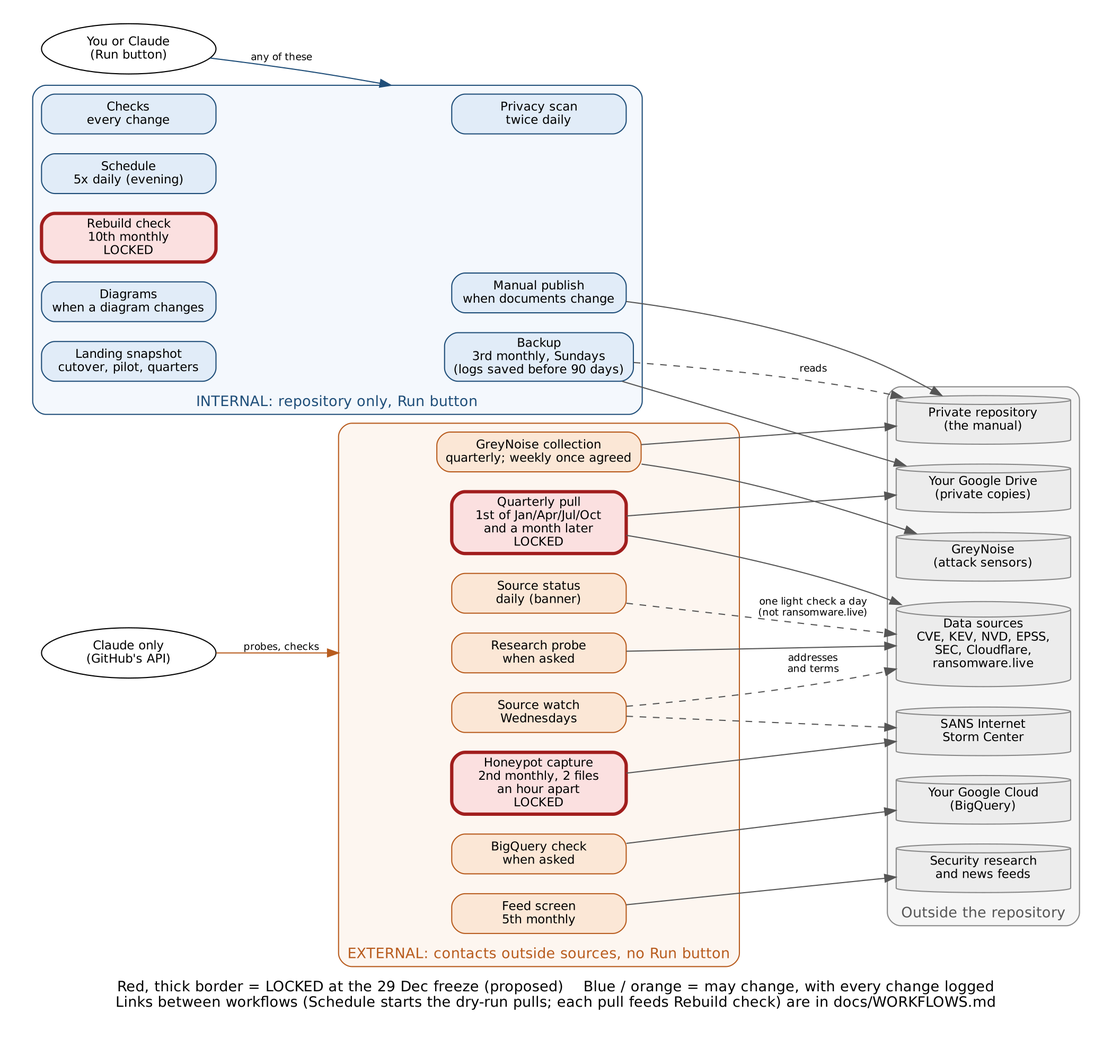
Earlier version of the Graphviz export docs/diagrams/workflow_runs.png (pagagne/internet-security-snapshot). Its source is kept beside it as docs/diagrams/workflow_runs.dot.
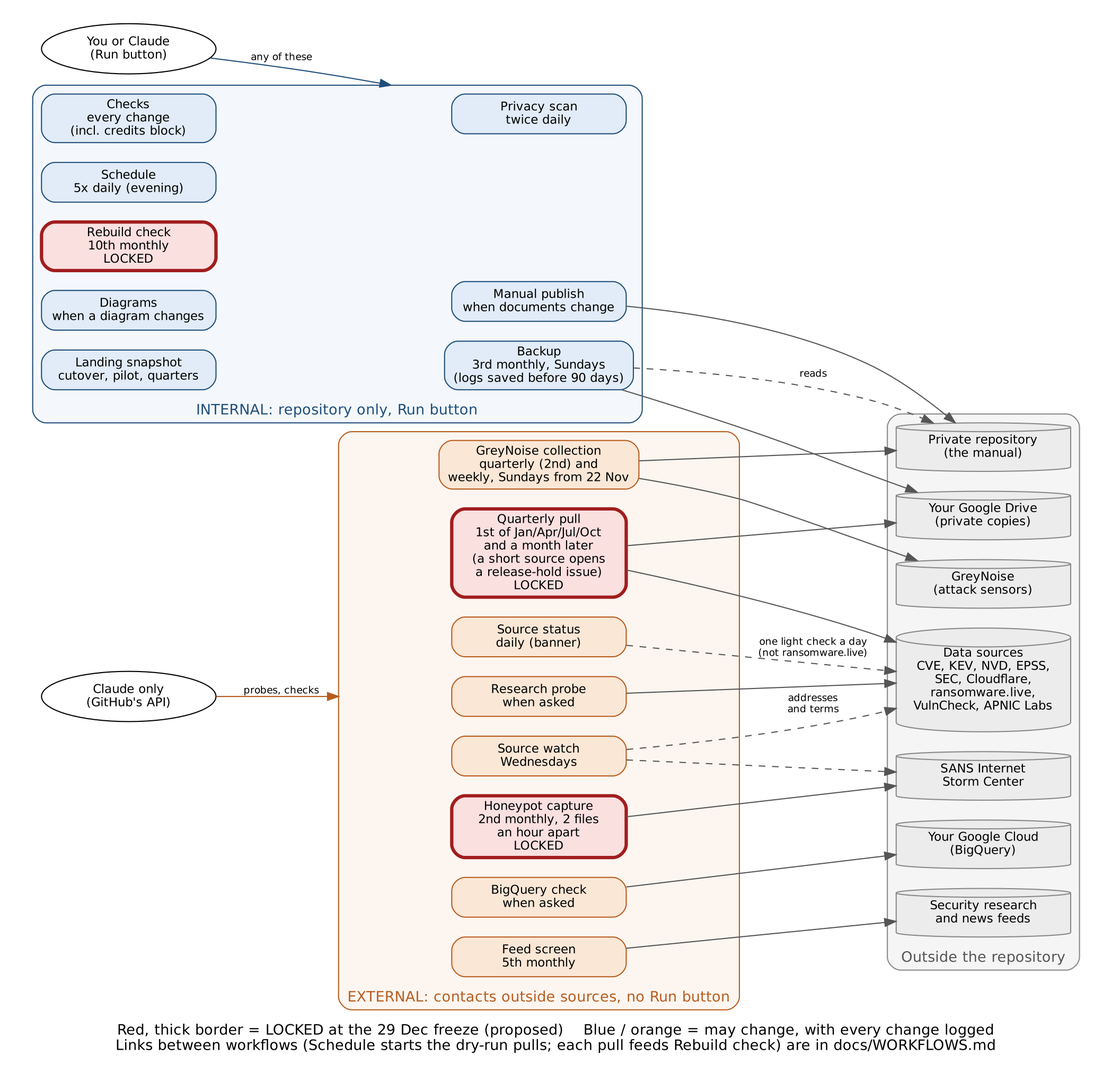
The same file after the commit.

Commit message:
Diagrams brought up to date: architecture (APNIC, GreyNoise, row-count hold, report pages, website), workflows, indicator sources, build plan; data-flow text; all re-stamped

Diff of the diagram source:
```diff
@@ -11,7 +11,7 @@
   subgraph cluster_int {
     label="INTERNAL: repository only, Run button"; style="rounded,filled"; fillcolor="#f4f8fd"; color="#1f4e79"; fontcolor="#1f4e79";
     node [fillcolor="#e1ecf8", color="#1f4e79"];
-    checks  [label="Checks\nevery change"];
+    checks  [label="Checks\nevery change\n(incl. credits block)"];
     privacy [label="Privacy scan\ntwice daily"];
     sched   [label="Schedule\n5x daily (evening)"];
     rebuild [label="Rebuild check\n10th monthly\nLOCKED", fillcolor="#fbe0e0", color="#a11d1d", penwidth=3];
@@ -24,10 +24,10 @@
   subgraph cluster_ext {
     label="EXTERNAL: contacts outside sources, no Run button"; style="rounded,filled"; fillcolor="#fdf6f0"; color="#b85c1e"; fontcolor="#b85c1e";
     node [fillcolor="#fbe7d6", color="#b85c1e"];
-    pull  [label="Quarterly pull\n1st of Jan/Apr/Jul/Oct\nand a month later\nLOCKED", fillcolor="#fbe0e0", color="#a11d1d", penwidth=3];
+    pull  [label="Quarterly pull\n1st of Jan/Apr/Jul/Oct\nand a month later\n(a short source opens\na release-hold issue)\nLOCKED", fillcolor="#fbe0e0", color="#a11d1d", penwidth=3];
     honey [label="Honeypot capture\n2nd monthly, 2 files\nan hour apart\nLOCKED", fillcolor="#fbe0e0", color="#a11d1d", penwidth=3];
     probe [label="Research probe\nwhen asked"];
-    gn    [label="GreyNoise collection\nquarterly; weekly once agreed"];
+    gn    [label="GreyNoise collection\nquarterly (2nd) and\nweekly, Sundays from 22 Nov"];
     bq    [label="BigQuery check\nwhen asked"];
     feeds [label="Feed screen\n5th monthly"];
     watch [label="Source watch\nWednesdays"];
@@ -37,7 +37,7 @@
   subgraph cluster_out {
     label="Outside the repository"; style="rounded,filled"; fillcolor="#f5f5f5"; color="#888888"; fontcolor="#555555";
     node [shape=cylinder, fillcolor="#ececec", color="#888888", style=filled];
-    sources [label="Data sources\nCVE, KEV, NVD, EPSS,\nSEC, Cloudflare,\nransomware.live"];
+    sources [label="Data sources\nCVE, KEV, NVD, EPSS,\nSEC, Cloudflare,\nransomware.live,\nVulnCheck, APNIC Labs"];
     sans    [label="SANS Internet\nStorm Center"];
     gcp     [label="Your Google Cloud\n(BigQuery)"];
     drive   [label="Your Google Drive\n(private copies)"];
```
